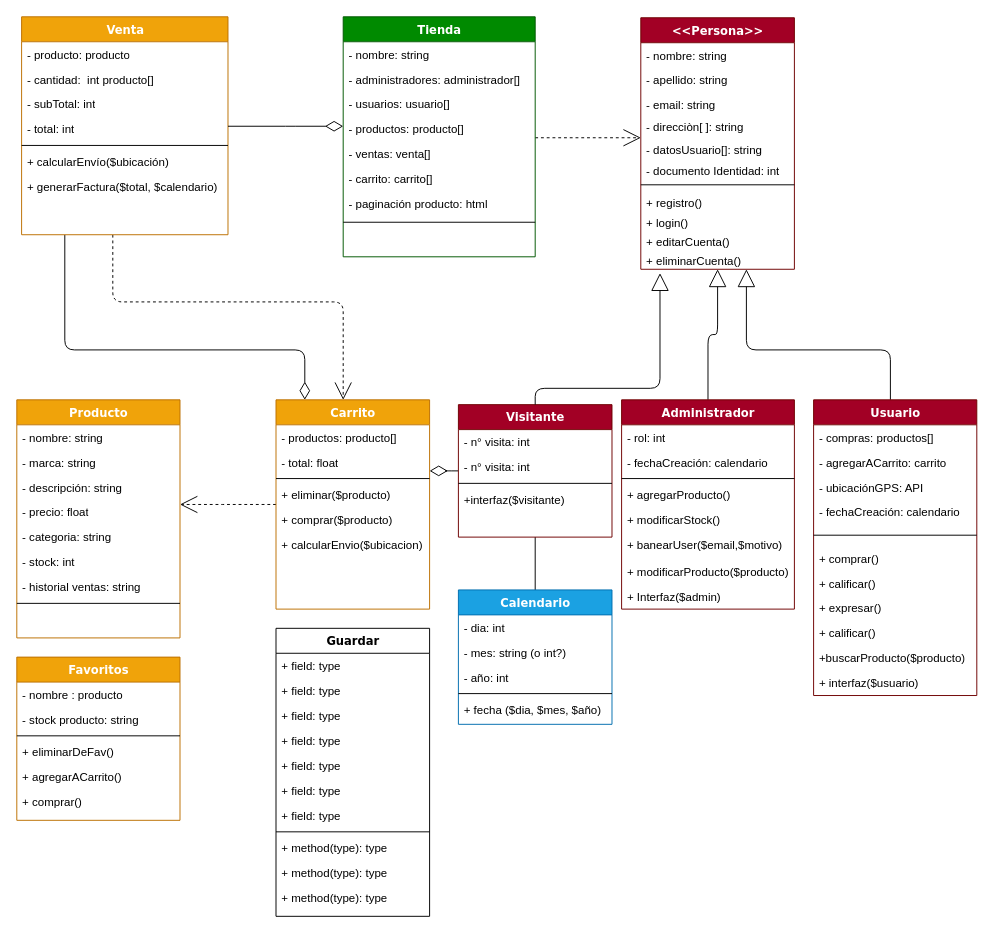
The draw.io diagram Sprint 3.drawio in facucarrizo/e-commerce-6, before the edit. Source tidied: cells renumbered, new cells numbered last; positions are measured from the earlier drawing's top-left corner, leaving out a move shared by most shapes. Both pictures are drawn from the tidied source at 96%, with x=0, y=0 at pixel (16, 16).
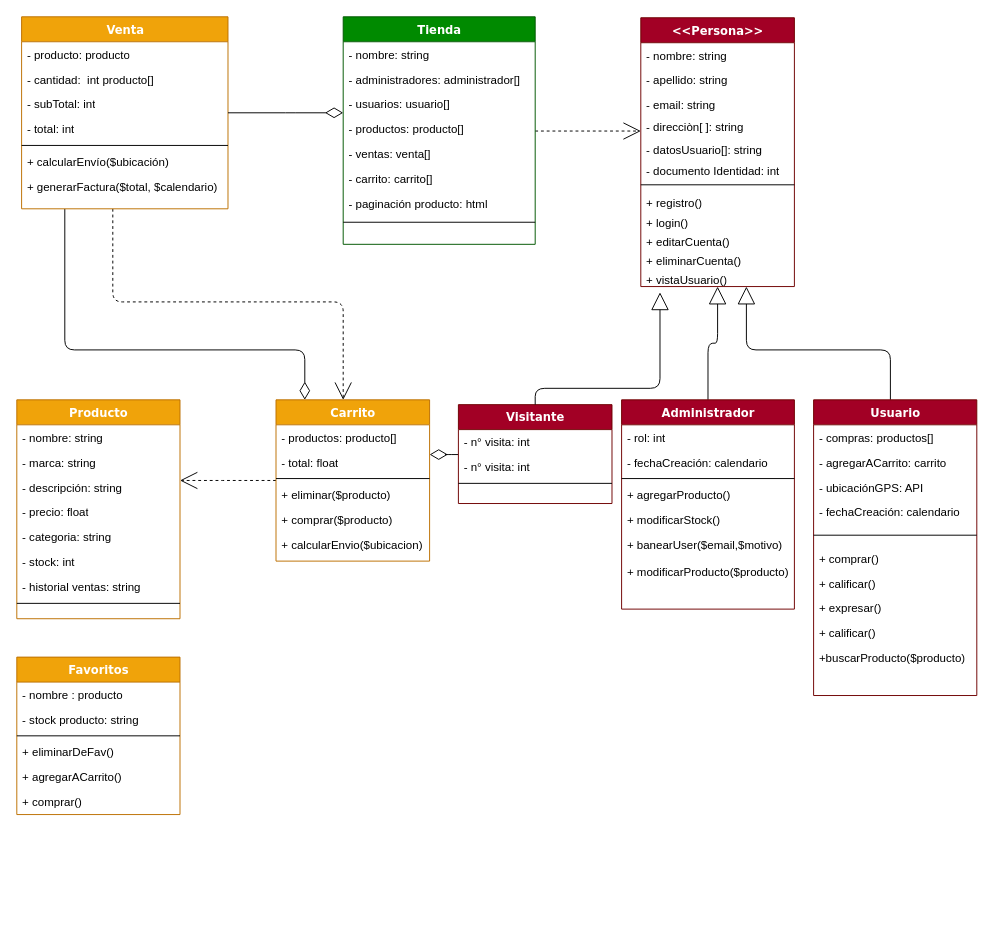
The same diagram, later.

Unchanged cells that the change refers to:
```xml
<mxCell id="59" value="Administrador" style="swimlane;html=1;fontStyle=1;align=center;verticalAlign=top;horizontal=1;startSize=26;swimlaneFillColor=#ffffff;rounded=0;shadow=0;comic=0;labelBackgroundColor=none;strokeWidth=1;fillColor=#a20025;fontFamily=Verdana;fontSize=12;strokeColor=#6F0000;fontColor=#ffffff;" parent="1" vertex="1">
  <mxGeometry x="630" y="399" width="180" height="218" as="geometry" />
</mxCell>
<mxCell id="69" value="Usuario" style="swimlane;html=1;fontStyle=1;align=center;verticalAlign=top;horizontal=1;startSize=26;swimlaneFillColor=#ffffff;rounded=0;shadow=0;comic=0;labelBackgroundColor=none;strokeWidth=1;fillColor=#a20025;fontFamily=Verdana;fontSize=12;strokeColor=#6F0000;fontColor=#ffffff;" parent="1" vertex="1">
  <mxGeometry x="830" y="399" width="170" height="308" as="geometry" />
</mxCell>
```

What changed in the source:
```diff
@@
     <mxCell id="4" value="Venta" style="swimlane;html=1;fontStyle=1;align=center;verticalAlign=top;horizontal=1;startSize=26;swimlaneFillColor=#ffffff;rounded=0;shadow=0;comic=0;labelBackgroundColor=none;strokeWidth=1;fillColor=#f0a30a;fontFamily=Verdana;fontSize=12;strokeColor=#BD7000;fontColor=#ffffff;" parent="1" vertex="1">
-      <mxGeometry x="5" width="215" height="227" as="geometry" />
+      <mxGeometry x="5" width="215" height="200" as="geometry" />
     </mxCell>
@@
     <mxCell id="13" value="Tienda&lt;br&gt;" style="swimlane;html=1;fontStyle=1;align=center;verticalAlign=top;horizontal=1;startSize=26;swimlaneFillColor=#ffffff;rounded=0;shadow=0;comic=0;labelBackgroundColor=none;strokeWidth=1;fillColor=#008a00;fontFamily=Verdana;fontSize=12;strokeColor=#005700;fontColor=#ffffff;" parent="1" vertex="1">
-      <mxGeometry x="340" width="200" height="250" as="geometry" />
+      <mxGeometry x="340" width="200" height="237" as="geometry" />
     </mxCell>
@@
     <mxCell id="22" value="&amp;lt;&amp;lt;Persona&amp;gt;&amp;gt;" style="swimlane;html=1;fontStyle=1;align=center;verticalAlign=top;horizontal=1;startSize=26;swimlaneFillColor=#ffffff;rounded=0;shadow=0;comic=0;labelBackgroundColor=none;strokeWidth=1;fillColor=#a20025;fontFamily=Verdana;fontSize=12;strokeColor=#6F0000;fontColor=#ffffff;" parent="1" vertex="1">
-      <mxGeometry x="650" y="1" width="160" height="262" as="geometry" />
+      <mxGeometry x="650" y="1" width="160" height="280" as="geometry" />
     </mxCell>
@@
+    <mxCell id="108" value="+ vistaUsuario()" style="text;html=1;strokeColor=none;fillColor=none;align=left;verticalAlign=top;spacingLeft=4;spacingRight=4;whiteSpace=wrap;overflow=hidden;" parent="22" vertex="1">
+      <mxGeometry y="260" width="160" height="20" as="geometry" />
+    </mxCell>
@@
     <mxCell id="35" value="Producto" style="swimlane;html=1;fontStyle=1;align=center;verticalAlign=top;horizontal=1;startSize=26;swimlaneFillColor=#ffffff;rounded=0;shadow=0;comic=0;labelBackgroundColor=none;strokeWidth=1;fillColor=#f0a30a;fontFamily=Verdana;fontSize=12;strokeColor=#BD7000;fontColor=#ffffff;" parent="1" vertex="1">
-      <mxGeometry y="399" width="170" height="248" as="geometry" />
+      <mxGeometry y="399" width="170" height="228" as="geometry" />
     </mxCell>
@@
     <mxCell id="45" value="Carrito" style="swimlane;html=1;fontStyle=1;align=center;verticalAlign=top;horizontal=1;startSize=26;swimlaneFillColor=#ffffff;rounded=0;shadow=0;comic=0;labelBackgroundColor=none;strokeWidth=1;fillColor=#f0a30a;fontFamily=Verdana;fontSize=12;strokeColor=#BD7000;fontColor=#ffffff;" parent="1" vertex="1">
-      <mxGeometry x="270" y="399" width="160" height="218" as="geometry" />
+      <mxGeometry x="270" y="399" width="160" height="168" as="geometry" />
     </mxCell>
@@
-    <mxCell id="52" style="edgeStyle=orthogonalEdgeStyle;rounded=0;jettySize=auto;html=1;" parent="1" edge="1" source="53">
-      <mxGeometry relative="1" as="geometry">
-        <mxPoint x="540" y="735" as="targetPoint" />
-      </mxGeometry>
-    </mxCell>
     <mxCell id="53" value="Visitante" style="swimlane;html=1;fontStyle=1;align=center;verticalAlign=top;horizontal=1;startSize=26;swimlaneFillColor=#ffffff;rounded=0;shadow=0;comic=0;labelBackgroundColor=none;strokeWidth=1;fillColor=#a20025;fontFamily=Verdana;fontSize=12;strokeColor=#6F0000;fontColor=#ffffff;" parent="1" vertex="1">
-      <mxGeometry x="460" y="404" width="160" height="138" as="geometry" />
+      <mxGeometry x="460" y="404" width="160" height="103" as="geometry" />
     </mxCell>
@@
-    <mxCell id="57" value="+interfaz($visitante)" style="text;html=1;strokeColor=none;fillColor=none;align=left;verticalAlign=top;spacingLeft=4;spacingRight=4;whiteSpace=wrap;overflow=hidden;" parent="53" vertex="1">
-      <mxGeometry y="86" width="160" height="26" as="geometry" />
-    </mxCell>
@@
-    <mxCell id="67" value="+ Interfaz($admin)" style="text;html=1;strokeColor=none;fillColor=none;align=left;verticalAlign=top;spacingLeft=4;spacingRight=4;whiteSpace=wrap;overflow=hidden;" parent="59" vertex="1">
-      <mxGeometry y="192" width="180" height="26" as="geometry" />
-    </mxCell>
@@
-    <mxCell id="80" value="+ interfaz($usuario)" style="text;html=1;strokeColor=none;fillColor=none;align=left;verticalAlign=top;spacingLeft=4;spacingRight=4;whiteSpace=wrap;overflow=hidden;" parent="69" vertex="1">
-      <mxGeometry y="282" width="170" height="26" as="geometry" />
-    </mxCell>
@@
-    <mxCell id="82" value="Calendario" style="swimlane;html=1;fontStyle=1;align=center;verticalAlign=top;horizontal=1;startSize=26;swimlaneFillColor=#ffffff;rounded=0;shadow=0;comic=0;labelBackgroundColor=none;strokeWidth=1;fillColor=#1ba1e2;fontFamily=Verdana;fontSize=12;strokeColor=#006EAF;fontColor=#ffffff;" parent="1" vertex="1">
-      <mxGeometry x="460" y="597" width="160" height="140" as="geometry" />
-    </mxCell>
-    <mxCell id="83" value="- dia: int" style="text;html=1;strokeColor=none;fillColor=none;align=left;verticalAlign=top;spacingLeft=4;spacingRight=4;whiteSpace=wrap;overflow=hidden;" parent="82" vertex="1">
-      <mxGeometry y="26" width="160" height="26" as="geometry" />
-    </mxCell>
-    <mxCell id="84" value="- mes: string (o int?)" style="text;html=1;strokeColor=none;fillColor=none;align=left;verticalAlign=top;spacingLeft=4;spacingRight=4;whiteSpace=wrap;overflow=hidden;" parent="82" vertex="1">
-      <mxGeometry y="52" width="160" height="26" as="geometry" />
-    </mxCell>
-    <mxCell id="85" value="- año: int" style="text;html=1;strokeColor=none;fillColor=none;align=left;verticalAlign=top;spacingLeft=4;spacingRight=4;whiteSpace=wrap;overflow=hidden;" parent="82" vertex="1">
-      <mxGeometry y="78" width="160" height="26" as="geometry" />
-    </mxCell>
-    <mxCell id="86" style="line;html=1;strokeWidth=1;fillColor=none;align=left;verticalAlign=middle;spacingTop=-1;spacingLeft=3;spacingRight=3;labelPosition=right;" parent="82" vertex="1">
-      <mxGeometry y="104" width="160" height="8" as="geometry" />
-    </mxCell>
-    <mxCell id="87" value="+ fecha ($dia, $mes, $año)" style="text;html=1;strokeColor=none;fillColor=none;align=left;verticalAlign=top;spacingLeft=4;spacingRight=4;whiteSpace=wrap;overflow=hidden;" parent="82" vertex="1">
-      <mxGeometry y="112" width="160" height="26" as="geometry" />
-    </mxCell>
-    <mxCell id="88" value="Guardar&lt;br&gt;" style="swimlane;html=1;fontStyle=1;align=center;verticalAlign=top;horizontal=1;startSize=26;swimlaneFillColor=#ffffff;rounded=0;shadow=0;comic=0;labelBackgroundColor=none;strokeWidth=1;fontFamily=Verdana;fontSize=12;" parent="1" vertex="1">
-      <mxGeometry x="270" y="637" width="160" height="300" as="geometry" />
-    </mxCell>
-    <mxCell id="89" value="+ field: type" style="text;html=1;strokeColor=none;fillColor=none;align=left;verticalAlign=top;spacingLeft=4;spacingRight=4;whiteSpace=wrap;overflow=hidden;" parent="88" vertex="1">
-      <mxGeometry y="26" width="160" height="26" as="geometry" />
-    </mxCell>
-    <mxCell id="90" value="+ field: type" style="text;html=1;strokeColor=none;fillColor=none;align=left;verticalAlign=top;spacingLeft=4;spacingRight=4;whiteSpace=wrap;overflow=hidden;" parent="88" vertex="1">
-      <mxGeometry y="52" width="160" height="26" as="geometry" />
-    </mxCell>
-    <mxCell id="91" value="+ field: type" style="text;html=1;strokeColor=none;fillColor=none;align=left;verticalAlign=top;spacingLeft=4;spacingRight=4;whiteSpace=wrap;overflow=hidden;" parent="88" vertex="1">
-      <mxGeometry y="78" width="160" height="26" as="geometry" />
-    </mxCell>
-    <mxCell id="92" value="+ field: type" style="text;html=1;strokeColor=none;fillColor=none;align=left;verticalAlign=top;spacingLeft=4;spacingRight=4;whiteSpace=wrap;overflow=hidden;" parent="88" vertex="1">
-      <mxGeometry y="104" width="160" height="26" as="geometry" />
-    </mxCell>
-    <mxCell id="93" value="+ field: type" style="text;html=1;strokeColor=none;fillColor=none;align=left;verticalAlign=top;spacingLeft=4;spacingRight=4;whiteSpace=wrap;overflow=hidden;" parent="88" vertex="1">
-      <mxGeometry y="130" width="160" height="26" as="geometry" />
-    </mxCell>
-    <mxCell id="94" value="+ field: type" style="text;html=1;strokeColor=none;fillColor=none;align=left;verticalAlign=top;spacingLeft=4;spacingRight=4;whiteSpace=wrap;overflow=hidden;" parent="88" vertex="1">
-      <mxGeometry y="156" width="160" height="26" as="geometry" />
-    </mxCell>
-    <mxCell id="95" value="+ field: type" style="text;html=1;strokeColor=none;fillColor=none;align=left;verticalAlign=top;spacingLeft=4;spacingRight=4;whiteSpace=wrap;overflow=hidden;" parent="88" vertex="1">
-      <mxGeometry y="182" width="160" height="26" as="geometry" />
-    </mxCell>
-    <mxCell id="96" style="line;html=1;strokeWidth=1;fillColor=none;align=left;verticalAlign=middle;spacingTop=-1;spacingLeft=3;spacingRight=3;labelPosition=right;" parent="88" vertex="1">
-      <mxGeometry y="208" width="160" height="8" as="geometry" />
-    </mxCell>
-    <mxCell id="97" value="+ method(type): type" style="text;html=1;strokeColor=none;fillColor=none;align=left;verticalAlign=top;spacingLeft=4;spacingRight=4;whiteSpace=wrap;overflow=hidden;" parent="88" vertex="1">
-      <mxGeometry y="216" width="160" height="26" as="geometry" />
-    </mxCell>
-    <mxCell id="98" value="+ method(type): type" style="text;html=1;strokeColor=none;fillColor=none;align=left;verticalAlign=top;spacingLeft=4;spacingRight=4;whiteSpace=wrap;overflow=hidden;" parent="88" vertex="1">
-      <mxGeometry y="242" width="160" height="26" as="geometry" />
-    </mxCell>
-    <mxCell id="99" value="+ method(type): type" style="text;html=1;strokeColor=none;fillColor=none;align=left;verticalAlign=top;spacingLeft=4;spacingRight=4;whiteSpace=wrap;overflow=hidden;" parent="88" vertex="1">
-      <mxGeometry y="268" width="160" height="26" as="geometry" />
-    </mxCell>
     <mxCell id="100" value="Favoritos&lt;br&gt;" style="swimlane;html=1;fontStyle=1;align=center;verticalAlign=top;horizontal=1;startSize=26;swimlaneFillColor=#ffffff;rounded=0;shadow=0;comic=0;labelBackgroundColor=none;strokeWidth=1;fillColor=#f0a30a;fontFamily=Verdana;fontSize=12;strokeColor=#BD7000;fontColor=#ffffff;" parent="1" vertex="1">
-      <mxGeometry y="667" width="170" height="170" as="geometry" />
+      <mxGeometry y="667" width="170" height="164" as="geometry" />
     </mxCell>
@@
     <mxCell id="107" style="edgeStyle=orthogonalEdgeStyle;html=1;labelBackgroundColor=none;startFill=0;startSize=8;endArrow=block;endFill=0;endSize=16;fontFamily=Verdana;fontSize=12;exitX=0.5;exitY=0;exitDx=0;exitDy=0;" parent="1" edge="1" source="53">
       <mxGeometry relative="1" as="geometry">
-        <mxPoint x="670" y="267" as="targetPoint" />
+        <mxPoint x="670" y="287" as="targetPoint" />
         <Array as="points">
           <mxPoint x="540" y="387" />
           <mxPoint x="670" y="387" />
         </Array>
       </mxGeometry>
     </mxCell>
```
